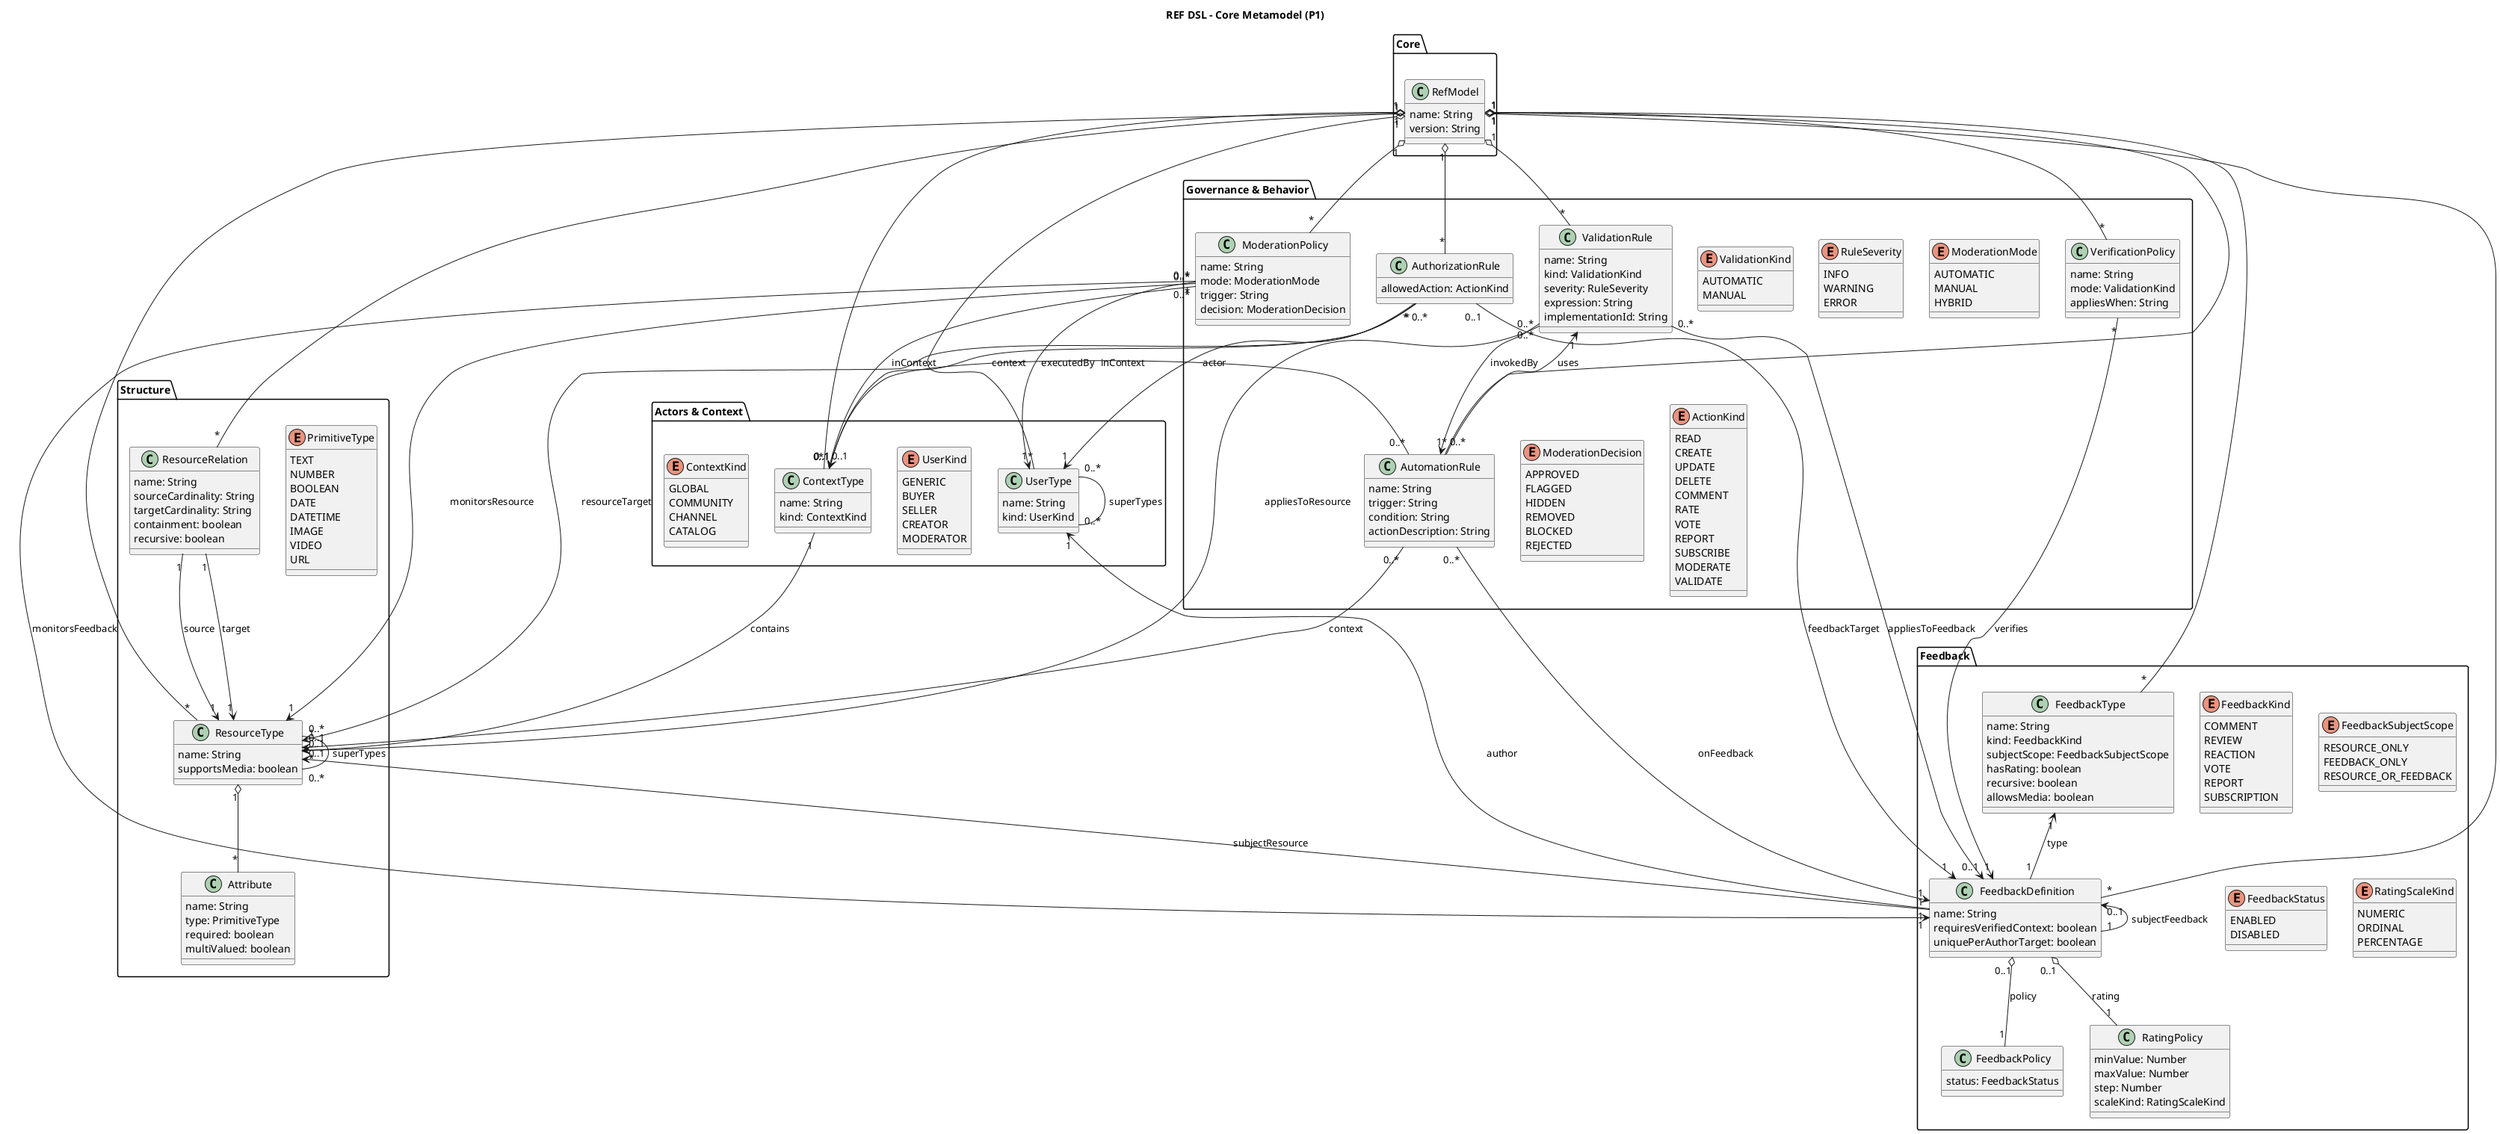
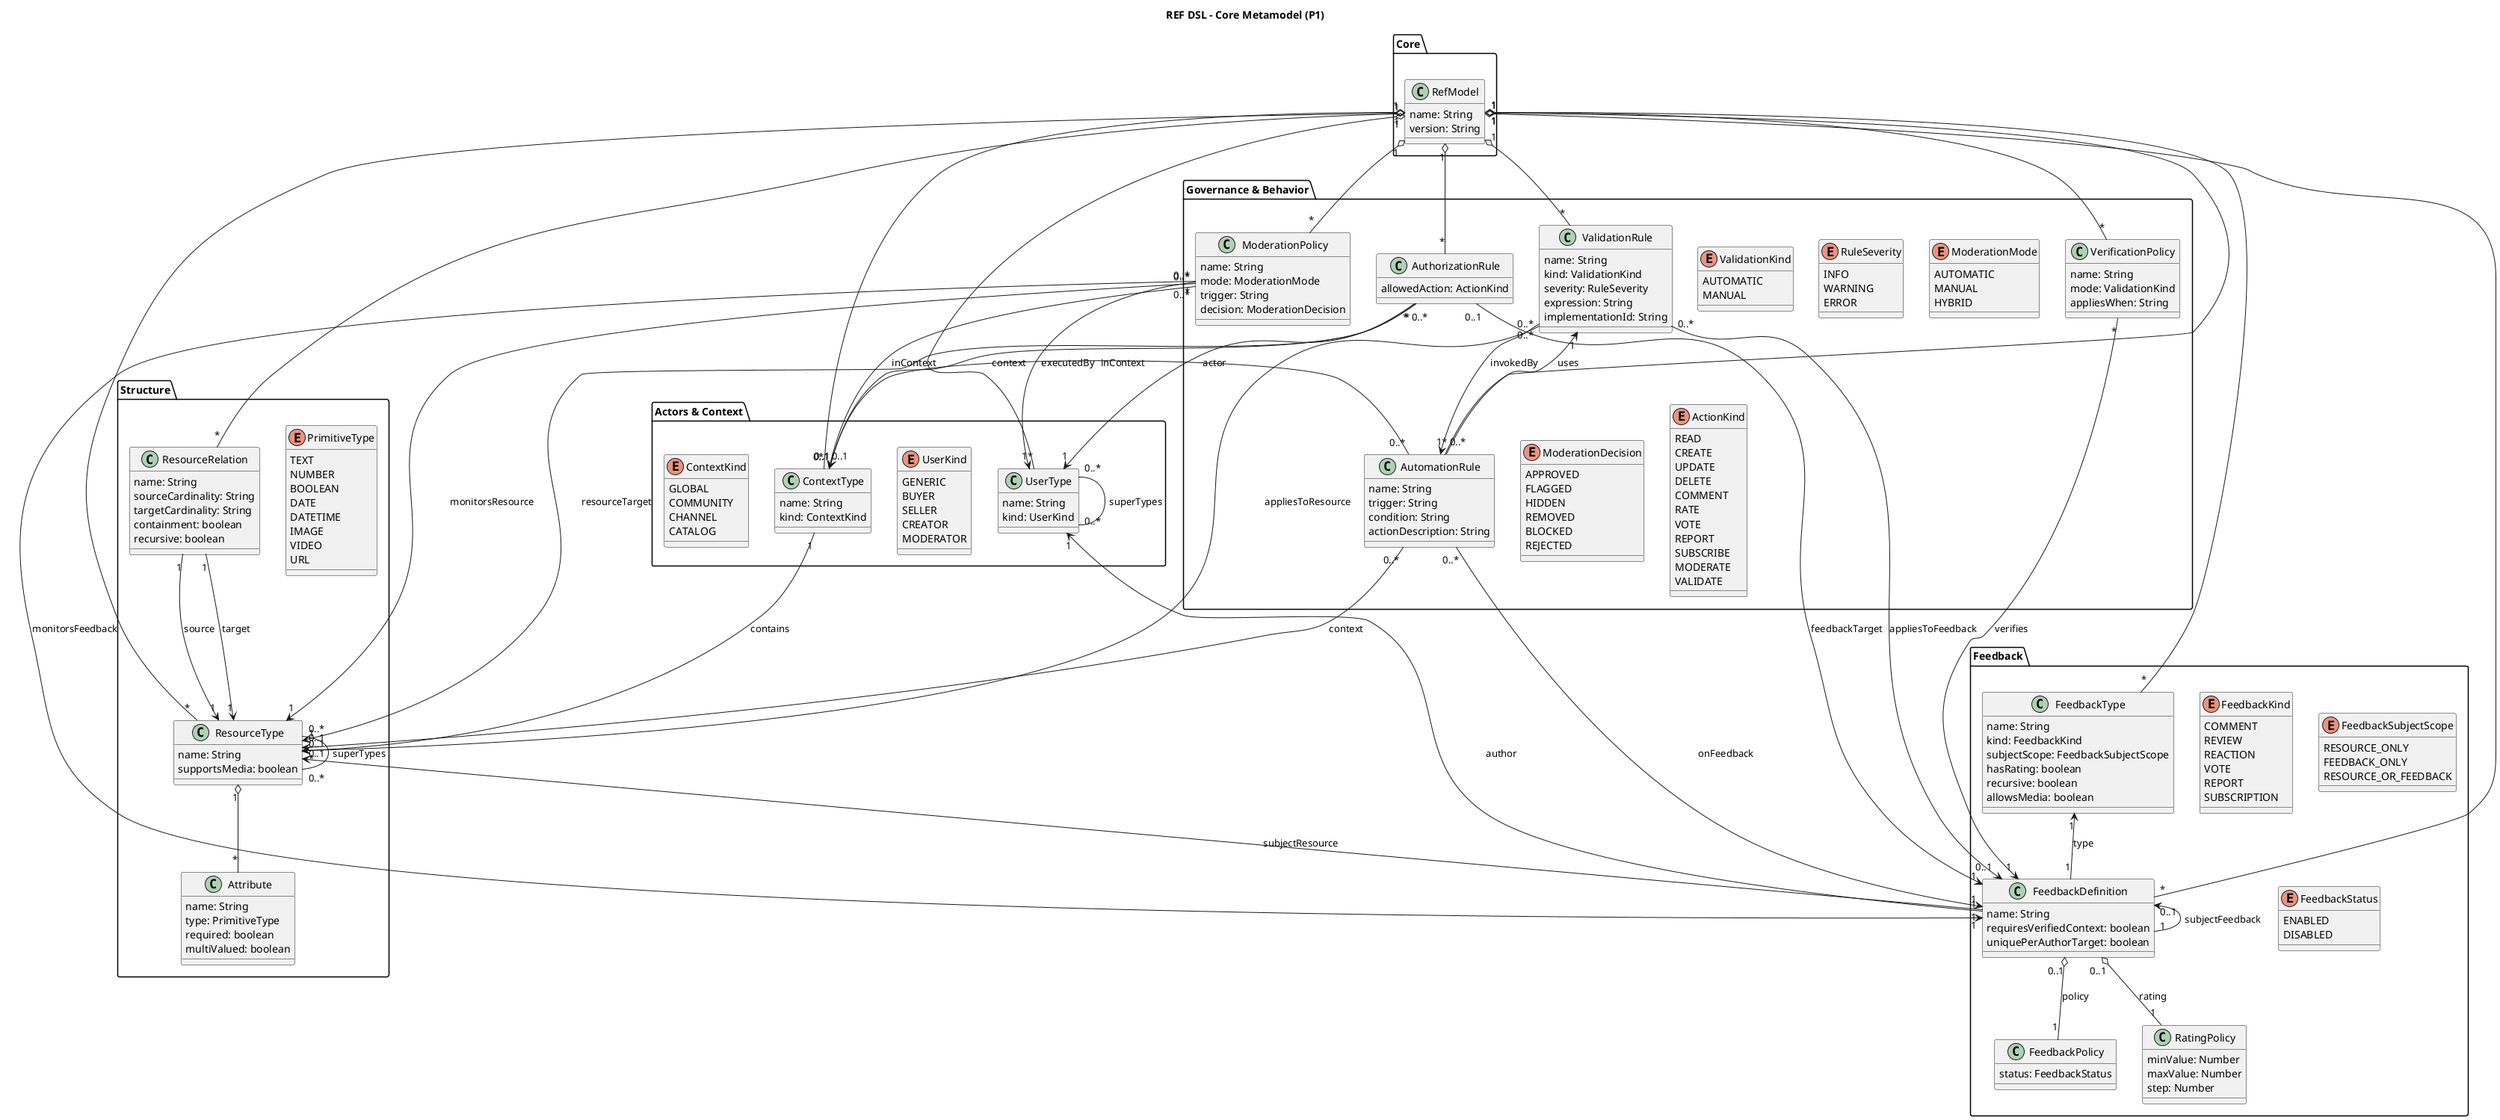
@startuml
skinparam classAttributeIconSize 0

title REF DSL - Core Metamodel (P1)

package "Core" {
  class RefModel {
    name: String
    version: String
  }
}

package "Actors & Context" {
  class UserType {
    name: String
    kind: UserKind
  }

  enum UserKind {
    GENERIC
    BUYER
    SELLER
    CREATOR
    MODERATOR
  }

  class ContextType {
    name: String
    kind: ContextKind
  }

  enum ContextKind {
    GLOBAL
    COMMUNITY
    CHANNEL
    CATALOG
  }
}

package "Structure" {
  class ResourceType {
    name: String
    supportsMedia: boolean
  }

  class Attribute {
    name: String
    type: PrimitiveType
    required: boolean
    multiValued: boolean
  }

  enum PrimitiveType {
    TEXT
    NUMBER
    BOOLEAN
    DATE
    DATETIME
    IMAGE
    VIDEO
    URL
  }

  class ResourceRelation {
    name: String
    sourceCardinality: String
    targetCardinality: String
    containment: boolean
    recursive: boolean
  }
}

package "Feedback" {
  class FeedbackType {
    name: String
    kind: FeedbackKind
    subjectScope: FeedbackSubjectScope
    hasRating: boolean
    recursive: boolean
    allowsMedia: boolean
  }

  enum FeedbackKind {
    COMMENT
    REVIEW
    REACTION
    VOTE
    REPORT
    SUBSCRIPTION
  }

  enum FeedbackSubjectScope {
    RESOURCE_ONLY
    FEEDBACK_ONLY
    RESOURCE_OR_FEEDBACK
  }

  class FeedbackDefinition {
    name: String
    requiresVerifiedContext: boolean
    uniquePerAuthorTarget: boolean
  }

  class FeedbackPolicy {
    status: FeedbackStatus
  }

  enum FeedbackStatus {
    ENABLED
    DISABLED
  }

  class RatingPolicy {
    minValue: Number
    maxValue: Number
    step: Number
-     scaleKind: RatingScaleKind
-   }
- 
-   enum RatingScaleKind {
-     NUMERIC
-     ORDINAL
-     PERCENTAGE
  }
}

package "Governance & Behavior" {
  class ValidationRule {
    name: String
    kind: ValidationKind
    severity: RuleSeverity
    expression: String
    implementationId: String
  }

  enum ValidationKind {
    AUTOMATIC
    MANUAL
  }

  enum RuleSeverity {
    INFO
    WARNING
    ERROR
  }

  class ModerationPolicy {
    name: String
    mode: ModerationMode
    trigger: String
    decision: ModerationDecision
  }

  enum ModerationMode {
    AUTOMATIC
    MANUAL
    HYBRID
  }

  enum ModerationDecision {
    APPROVED
    FLAGGED
    HIDDEN
    REMOVED
    BLOCKED
    REJECTED
  }

  class AuthorizationRule {
    allowedAction: ActionKind
  }

  enum ActionKind {
    READ
    CREATE
    UPDATE
    DELETE
    COMMENT
    RATE
    VOTE
    REPORT
    SUBSCRIBE
    MODERATE
    VALIDATE
  }

  class AutomationRule {
    name: String
    trigger: String
    condition: String
    actionDescription: String
  }

  class VerificationPolicy {
    name: String
    mode: ValidationKind
    appliesWhen: String
  }
}

RefModel "1" o-- "*" UserType
RefModel "1" o-- "*" ResourceType
RefModel "1" o-- "*" ContextType
RefModel "1" o-- "*" ResourceRelation
RefModel "1" o-- "*" FeedbackType
RefModel "1" o-- "*" FeedbackDefinition
RefModel "1" o-- "*" AuthorizationRule
RefModel "1" o-- "*" ValidationRule
RefModel "1" o-- "*" ModerationPolicy
RefModel "1" o-- "*" AutomationRule
RefModel "1" o-- "*" VerificationPolicy

UserType "0..*" -- "0..*" UserType : superTypes
ResourceType "0..*" -- "0..*" ResourceType : superTypes

ResourceType "1" o-- "*" Attribute
ContextType "1" --> "*" ResourceType : contains
ResourceRelation "1" --> "1" ResourceType : source
ResourceRelation "1" --> "1" ResourceType : target

FeedbackType "1" <-- "1" FeedbackDefinition : type
ResourceType "0..1" <-- "1" FeedbackDefinition : subjectResource
UserType "1" <-- "1" FeedbackDefinition : author
FeedbackDefinition "0..1" <-- "1" FeedbackDefinition : subjectFeedback
FeedbackDefinition "0..1" o-- "1" FeedbackPolicy : policy
FeedbackDefinition "0..1" o-- "1" RatingPolicy : rating

UserType "1" <-- "*" AuthorizationRule : actor
AuthorizationRule "0..*" --> "0..1" ContextType : context
AuthorizationRule "*" --> "1" ResourceType : resourceTarget
AuthorizationRule "0..1" --> "1" FeedbackDefinition : feedbackTarget

ValidationRule "0..*" --> "0..1" ResourceType : appliesToResource
ValidationRule "0..*" --> "0..1" FeedbackDefinition : appliesToFeedback
ValidationRule "0..*" --> "1" AutomationRule : invokedBy

ModerationPolicy "*" --> "1" ResourceType : monitorsResource
ModerationPolicy "0..*" --> "1" FeedbackDefinition : monitorsFeedback
ModerationPolicy "0..*" --> "1" UserType : executedBy
ModerationPolicy "0..*" --> "0..1" ContextType : inContext

AutomationRule "0..*" --> "0..1" ResourceType : context
AutomationRule "0..*" --> "0..1" ContextType : inContext
AutomationRule "0..*" --> "1" FeedbackDefinition : onFeedback
AutomationRule "0..*" --> "1" ValidationRule : uses

VerificationPolicy "*" --> "1" FeedbackDefinition : verifies

@enduml